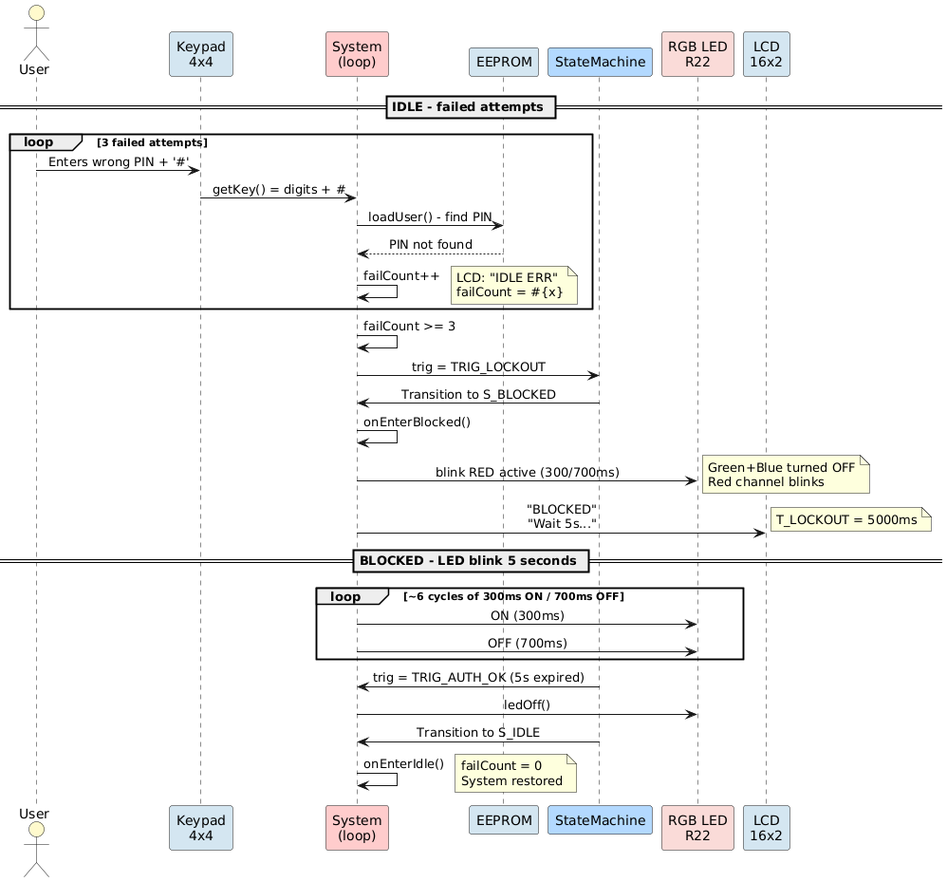
This is docs/UML/BlockedAttempts.png from FernandoMulato/Final-Arduino-Project, a PlantUML export, as it was before one commit.
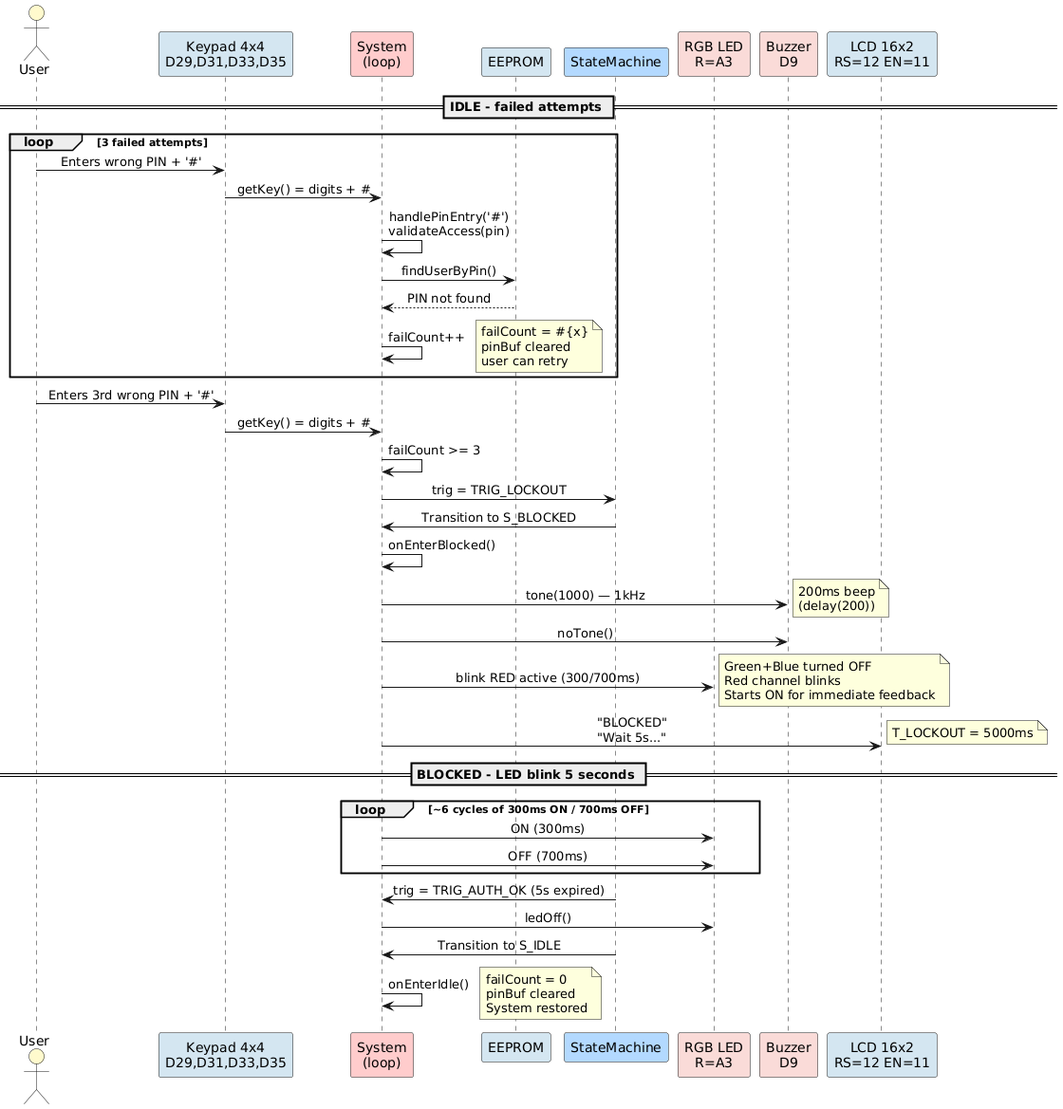
Later version of the same file.

Diff of the diagram source:
```diff
@@ -5,30 +5,37 @@
 skinparam sequenceMessageAlign center
 
 actor "User" as USR #FFFACD
-participant "Keypad\n4x4" as KPD #D4E6F1
+participant "Keypad 4x4\nD29,D31,D33,D35" as KPD #D4E6F1
 participant "System\n(loop)" as SYS #FFCCCC
 participant "EEPROM" as EEP #D4E6F1
 participant "StateMachine" as FSM #B3D9FF
-participant "RGB LED\nR22" as RGB #FADBD8
-participant "LCD\n16x2" as LCD #D4E6F1
+participant "RGB LED\nR=A3" as RGB #FADBD8
+participant "Buzzer\nD9" as BUZ #FADBD8
+participant "LCD 16x2\nRS=12 EN=11" as LCD #D4E6F1
 
 == IDLE - failed attempts ==
 
 loop 3 failed attempts
   USR -> KPD: Enters wrong PIN + '#'
   KPD -> SYS: getKey() = digits + #
-  SYS -> EEP: loadUser() - find PIN
+  SYS -> SYS: handlePinEntry('#')\nvalidateAccess(pin)
+  SYS -> EEP: findUserByPin()
   EEP --> SYS: PIN not found
   SYS -> SYS: failCount++
-  note right: LCD: "IDLE ERR"\nfailCount = #{x}
+  note right: failCount = #{x}\npinBuf cleared\nuser can retry
 end
 
+USR -> KPD: Enters 3rd wrong PIN + '#'
+KPD -> SYS: getKey() = digits + #
 SYS -> SYS: failCount >= 3
 SYS -> FSM: trig = TRIG_LOCKOUT
 FSM -> SYS: Transition to S_BLOCKED
 SYS -> SYS: onEnterBlocked()
+SYS -> BUZ: tone(1000) — 1kHz
+note right: 200ms beep\n(delay(200))
+SYS -> BUZ: noTone()
 SYS -> RGB: blink RED active (300/700ms)
-note right: Green+Blue turned OFF\nRed channel blinks
+note right: Green+Blue turned OFF\nRed channel blinks\nStarts ON for immediate feedback
 SYS -> LCD: "BLOCKED"\n"Wait 5s..."
 
 == BLOCKED - LED blink 5 seconds ==
@@ -42,6 +49,6 @@
 SYS -> RGB: ledOff()
 FSM -> SYS: Transition to S_IDLE
 SYS -> SYS: onEnterIdle()
-note right: failCount = 0\nSystem restored
+note right: failCount = 0\npinBuf cleared\nSystem restored
 
 @enduml
```
